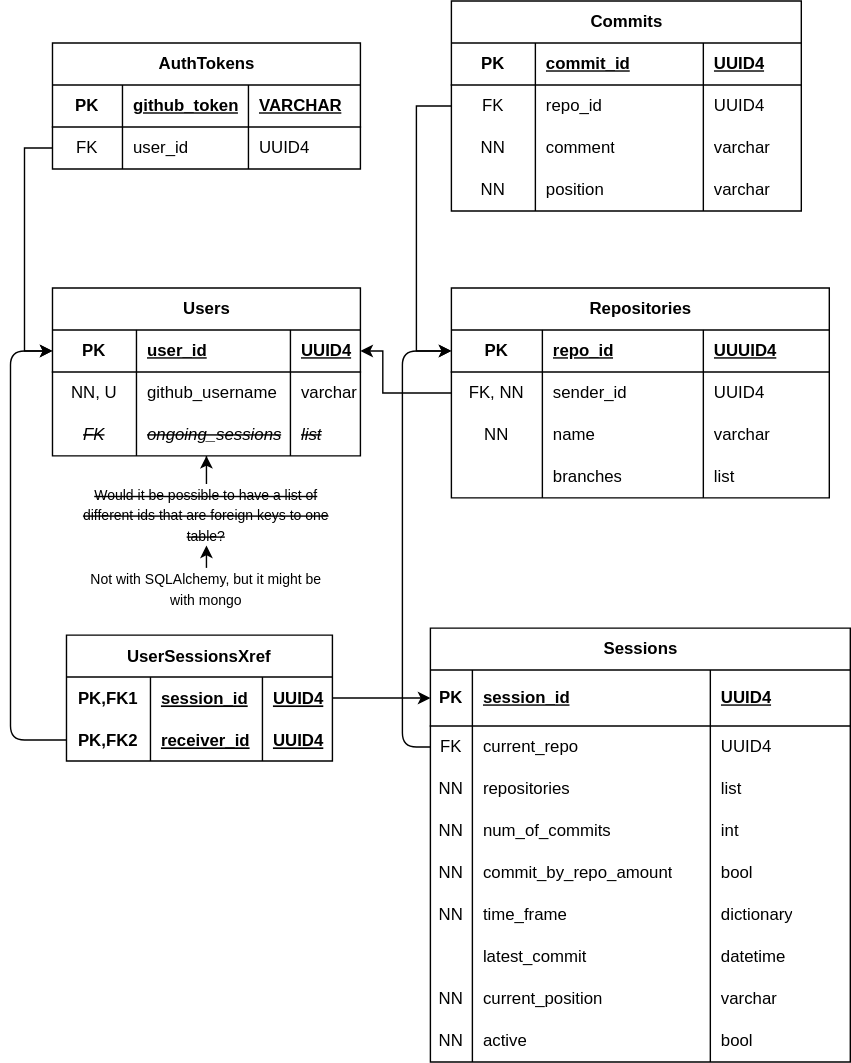
The draw.io diagram git-nabber.drawio.svg in Jamesh431/Cyclone, before a commit. Source tidied: cells renumbered, new cells last; positions are measured from the earlier drawing's top-left corner, leaving out a move shared by most shapes.
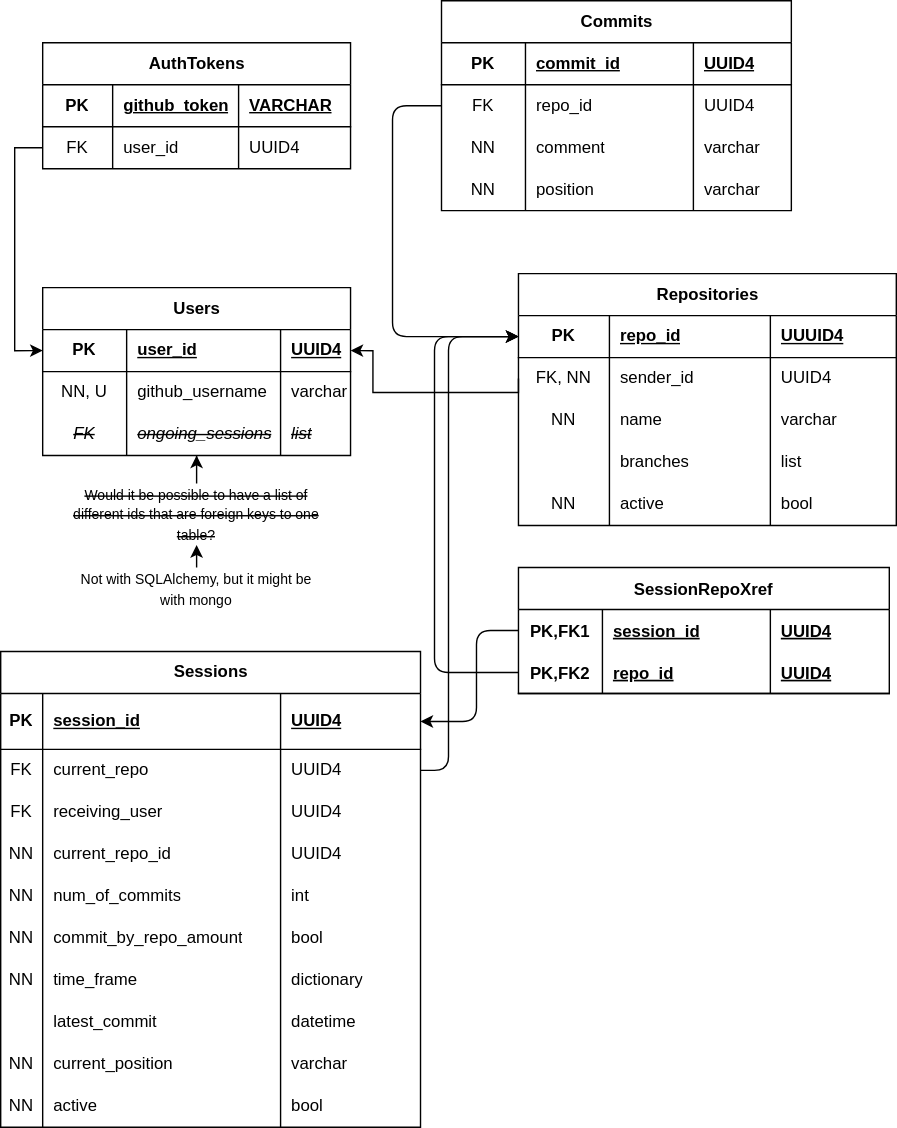
After the change.

Commit message:
changed erd to reflect model changes and removed old xref model

What changed in the source:
```diff
@@ -72,7 +72,7 @@
       <mxGeometry relative="1" as="geometry" />
     </mxCell>
     <mxCell id="25" value="Repositories" style="shape=table;startSize=30;rowLines=0;fontStyle=1;align=center;html=1;" parent="1" vertex="1">
-      <mxGeometry x="315" y="205" width="270" height="150" as="geometry" />
+      <mxGeometry x="370" y="195" width="270" height="180" as="geometry" />
     </mxCell>
     <mxCell id="26" style="shape=tableRow;horizontal=0;startSize=0;swimlaneHead=0;swimlaneBody=0;fillColor=none;points=[[0,0.5],[1,0.5]];portConstraint=eastwest;top=0;left=0;right=0;bottom=1;" parent="25" vertex="1">
       <mxGeometry y="30" width="270" height="30" as="geometry" />
@@ -122,6 +122,18 @@
     <mxCell id="41" value="list" style="shape=partialRectangle;fillColor=none;top=0;left=0;bottom=0;right=0;align=left;spacingLeft=6;overflow=hidden;whiteSpace=wrap;html=1;" parent="38" vertex="1">
       <mxGeometry x="180" width="90" height="30" as="geometry" />
     </mxCell>
+    <mxCell id="115" style="shape=tableRow;horizontal=0;startSize=0;swimlaneHead=0;swimlaneBody=0;fillColor=none;top=0;left=0;right=0;bottom=0;" parent="25" vertex="1">
+      <mxGeometry y="150" width="270" height="30" as="geometry" />
+    </mxCell>
+    <mxCell id="116" value="NN" style="shape=partialRectangle;fillColor=none;top=0;left=0;bottom=0;right=0;overflow=hidden;whiteSpace=wrap;html=1;" parent="115" vertex="1">
+      <mxGeometry width="65" height="30" as="geometry" />
+    </mxCell>
+    <mxCell id="117" value="active" style="shape=partialRectangle;fillColor=none;top=0;left=0;bottom=0;right=0;align=left;spacingLeft=6;overflow=hidden;whiteSpace=wrap;html=1;" parent="115" vertex="1">
+      <mxGeometry x="65" width="115" height="30" as="geometry" />
+    </mxCell>
+    <mxCell id="118" value="bool" style="shape=partialRectangle;fillColor=none;top=0;left=0;bottom=0;right=0;align=left;spacingLeft=6;overflow=hidden;whiteSpace=wrap;html=1;" parent="115" vertex="1">
+      <mxGeometry x="180" width="90" height="30" as="geometry" />
+    </mxCell>
     <mxCell id="42" value="Commits" style="shape=table;startSize=30;rowLines=0;fontStyle=1;align=center;html=1;" parent="1" vertex="1">
       <mxGeometry x="315" width="250" height="150" as="geometry" />
     </mxCell>
@@ -174,7 +186,7 @@
       <mxGeometry x="180" width="70" height="30" as="geometry" />
     </mxCell>
     <mxCell id="59" value="Sessions" style="shape=table;startSize=30;rowLines=0;fontStyle=1;align=center;html=1;" parent="1" vertex="1">
-      <mxGeometry x="300" y="448" width="300" height="310" as="geometry" />
+      <mxGeometry y="465" width="300" height="340" as="geometry" />
     </mxCell>
     <mxCell id="60" style="shape=tableRow;horizontal=0;startSize=0;swimlaneHead=0;swimlaneBody=0;fillColor=none;points=[[0,0.5],[1,0.5]];portConstraint=eastwest;top=0;left=0;right=0;bottom=1;" parent="59" vertex="1">
       <mxGeometry y="30" width="300" height="40" as="geometry" />
@@ -200,20 +212,32 @@
     <mxCell id="67" value="UUID4" style="shape=partialRectangle;fillColor=none;top=0;left=0;bottom=0;right=0;align=left;spacingLeft=6;overflow=hidden;whiteSpace=wrap;html=1;" parent="64" vertex="1">
       <mxGeometry x="200" width="100" height="30" as="geometry" />
     </mxCell>
+    <mxCell id="119" style="shape=tableRow;horizontal=0;startSize=0;swimlaneHead=0;swimlaneBody=0;fillColor=none;top=0;left=0;right=0;bottom=0;" parent="59" vertex="1">
+      <mxGeometry y="100" width="300" height="30" as="geometry" />
+    </mxCell>
+    <mxCell id="120" value="FK" style="shape=partialRectangle;fillColor=none;top=0;left=0;bottom=0;right=0;overflow=hidden;whiteSpace=wrap;html=1;" parent="119" vertex="1">
+      <mxGeometry width="30" height="30" as="geometry" />
+    </mxCell>
+    <mxCell id="121" value="receiving_user" style="shape=partialRectangle;fillColor=none;top=0;left=0;bottom=0;right=0;align=left;spacingLeft=6;overflow=hidden;whiteSpace=wrap;html=1;" parent="119" vertex="1">
+      <mxGeometry x="30" width="170" height="30" as="geometry" />
+    </mxCell>
+    <mxCell id="122" value="UUID4" style="shape=partialRectangle;fillColor=none;top=0;left=0;bottom=0;right=0;align=left;spacingLeft=6;overflow=hidden;whiteSpace=wrap;html=1;" parent="119" vertex="1">
+      <mxGeometry x="200" width="100" height="30" as="geometry" />
+    </mxCell>
     <mxCell id="68" style="shape=tableRow;horizontal=0;startSize=0;swimlaneHead=0;swimlaneBody=0;fillColor=none;top=0;left=0;right=0;bottom=0;" parent="59" vertex="1">
-      <mxGeometry y="100" width="300" height="30" as="geometry" />
+      <mxGeometry y="130" width="300" height="30" as="geometry" />
     </mxCell>
     <mxCell id="69" value="NN" style="shape=partialRectangle;fillColor=none;top=0;left=0;bottom=0;right=0;overflow=hidden;whiteSpace=wrap;html=1;" parent="68" vertex="1">
       <mxGeometry width="30" height="30" as="geometry" />
     </mxCell>
-    <mxCell id="70" value="repositories" style="shape=partialRectangle;fillColor=none;top=0;left=0;bottom=0;right=0;align=left;spacingLeft=6;overflow=hidden;whiteSpace=wrap;html=1;" parent="68" vertex="1">
+    <mxCell id="70" value="current_repo_id" style="shape=partialRectangle;fillColor=none;top=0;left=0;bottom=0;right=0;align=left;spacingLeft=6;overflow=hidden;whiteSpace=wrap;html=1;" parent="68" vertex="1">
       <mxGeometry x="30" width="170" height="30" as="geometry" />
     </mxCell>
-    <mxCell id="71" value="list" style="shape=partialRectangle;fillColor=none;top=0;left=0;bottom=0;right=0;align=left;spacingLeft=6;overflow=hidden;whiteSpace=wrap;html=1;" parent="68" vertex="1">
+    <mxCell id="71" value="UUID4" style="shape=partialRectangle;fillColor=none;top=0;left=0;bottom=0;right=0;align=left;spacingLeft=6;overflow=hidden;whiteSpace=wrap;html=1;" parent="68" vertex="1">
       <mxGeometry x="200" width="100" height="30" as="geometry" />
     </mxCell>
     <mxCell id="72" style="shape=tableRow;horizontal=0;startSize=0;swimlaneHead=0;swimlaneBody=0;fillColor=none;top=0;left=0;right=0;bottom=0;" parent="59" vertex="1">
-      <mxGeometry y="130" width="300" height="30" as="geometry" />
+      <mxGeometry y="160" width="300" height="30" as="geometry" />
     </mxCell>
     <mxCell id="73" value="NN" style="shape=partialRectangle;fillColor=none;top=0;left=0;bottom=0;right=0;overflow=hidden;whiteSpace=wrap;html=1;" parent="72" vertex="1">
       <mxGeometry width="30" height="30" as="geometry" />
@@ -225,7 +249,7 @@
       <mxGeometry x="200" width="100" height="30" as="geometry" />
     </mxCell>
     <mxCell id="76" style="shape=tableRow;horizontal=0;startSize=0;swimlaneHead=0;swimlaneBody=0;fillColor=none;top=0;left=0;right=0;bottom=0;" parent="59" vertex="1">
-      <mxGeometry y="160" width="300" height="30" as="geometry" />
+      <mxGeometry y="190" width="300" height="30" as="geometry" />
     </mxCell>
     <mxCell id="77" value="NN" style="shape=partialRectangle;fillColor=none;top=0;left=0;bottom=0;right=0;overflow=hidden;whiteSpace=wrap;html=1;" parent="76" vertex="1">
       <mxGeometry width="30" height="30" as="geometry" />
@@ -237,7 +261,7 @@
       <mxGeometry x="200" width="100" height="30" as="geometry" />
     </mxCell>
     <mxCell id="80" style="shape=tableRow;horizontal=0;startSize=0;swimlaneHead=0;swimlaneBody=0;fillColor=none;top=0;left=0;right=0;bottom=0;" parent="59" vertex="1">
-      <mxGeometry y="190" width="300" height="30" as="geometry" />
+      <mxGeometry y="220" width="300" height="30" as="geometry" />
     </mxCell>
     <mxCell id="81" value="NN" style="shape=partialRectangle;fillColor=none;top=0;left=0;bottom=0;right=0;overflow=hidden;whiteSpace=wrap;html=1;" parent="80" vertex="1">
       <mxGeometry width="30" height="30" as="geometry" />
@@ -249,7 +273,7 @@
       <mxGeometry x="200" width="100" height="30" as="geometry" />
     </mxCell>
     <mxCell id="84" style="shape=tableRow;horizontal=0;startSize=0;swimlaneHead=0;swimlaneBody=0;fillColor=none;top=0;left=0;right=0;bottom=0;" parent="59" vertex="1">
-      <mxGeometry y="220" width="300" height="30" as="geometry" />
+      <mxGeometry y="250" width="300" height="30" as="geometry" />
     </mxCell>
     <mxCell id="85" style="shape=partialRectangle;fillColor=none;top=0;left=0;bottom=0;right=0;overflow=hidden;whiteSpace=wrap;html=1;" parent="84" vertex="1">
       <mxGeometry width="30" height="30" as="geometry" />
@@ -261,7 +285,7 @@
       <mxGeometry x="200" width="100" height="30" as="geometry" />
     </mxCell>
     <mxCell id="88" style="shape=tableRow;horizontal=0;startSize=0;swimlaneHead=0;swimlaneBody=0;fillColor=none;top=0;left=0;right=0;bottom=0;" parent="59" vertex="1">
-      <mxGeometry y="250" width="300" height="30" as="geometry" />
+      <mxGeometry y="280" width="300" height="30" as="geometry" />
     </mxCell>
     <mxCell id="89" value="NN" style="shape=partialRectangle;fillColor=none;top=0;left=0;bottom=0;right=0;overflow=hidden;whiteSpace=wrap;html=1;" parent="88" vertex="1">
       <mxGeometry width="30" height="30" as="geometry" />
@@ -273,7 +297,7 @@
       <mxGeometry x="200" width="100" height="30" as="geometry" />
     </mxCell>
     <mxCell id="92" style="shape=tableRow;horizontal=0;startSize=0;swimlaneHead=0;swimlaneBody=0;fillColor=none;top=0;left=0;right=0;bottom=0;" parent="59" vertex="1">
-      <mxGeometry y="280" width="300" height="30" as="geometry" />
+      <mxGeometry y="310" width="300" height="30" as="geometry" />
     </mxCell>
     <mxCell id="93" value="NN" style="shape=partialRectangle;fillColor=none;top=0;left=0;bottom=0;right=0;overflow=hidden;whiteSpace=wrap;html=1;" parent="92" vertex="1">
       <mxGeometry width="30" height="30" as="geometry" />
@@ -304,67 +328,72 @@
     <mxCell id="100" value="&lt;font style=&quot;font-size: 10px;&quot;&gt;Not with SQLAlchemy, but it might be with mongo&lt;/font&gt;" style="text;html=1;strokeColor=none;fillColor=none;align=center;verticalAlign=middle;whiteSpace=wrap;rounded=0;" parent="1" vertex="1">
       <mxGeometry x="50" y="405" width="180" height="30" as="geometry" />
     </mxCell>
-    <mxCell id="101" style="edgeStyle=orthogonalEdgeStyle;rounded=0;jettySize=auto;html=1;entryX=0;entryY=0.5;entryDx=0;entryDy=0;" parent="1" edge="1" source="47" target="26">
-      <mxGeometry relative="1" as="geometry">
-        <Array as="points">
-          <mxPoint x="290" y="75" />
-          <mxPoint x="290" y="250" />
-        </Array>
-      </mxGeometry>
-    </mxCell>
-    <mxCell id="102" value="UserSessionsXref" style="shape=table;startSize=30;rowLines=0;fontStyle=1;align=center;" parent="1" vertex="1">
-      <mxGeometry x="40" y="453" width="190" height="90" as="geometry" />
-    </mxCell>
-    <mxCell id="103" style="shape=tableRow;horizontal=0;startSize=0;swimlaneHead=0;swimlaneBody=0;fillColor=none;points=[[0,0.5],[1,0.5]];portConstraint=eastwest;top=0;left=0;right=0;bottom=0;" parent="102" vertex="1">
-      <mxGeometry y="30" width="190" height="30" as="geometry" />
-    </mxCell>
+    <mxCell id="112" style="edgeStyle=none;html=1;exitX=1;exitY=0.5;exitDx=0;exitDy=0;entryX=0;entryY=0.5;entryDx=0;entryDy=0;" parent="1" edge="1" source="64" target="26">
+      <mxGeometry relative="1" as="geometry">
+        <Array as="points">
+          <mxPoint x="320" y="550" />
+          <mxPoint x="320" y="240" />
+        </Array>
+      </mxGeometry>
+    </mxCell>
+    <mxCell id="114" style="edgeStyle=none;html=1;exitX=0;exitY=0.5;exitDx=0;exitDy=0;entryX=0;entryY=0.5;entryDx=0;entryDy=0;" parent="1" edge="1" target="12">
+      <mxGeometry relative="1" as="geometry">
+        <Array as="points">
+          <mxPoint x="10" y="558" />
+          <mxPoint x="10" y="250" />
+        </Array>
+      </mxGeometry>
+    </mxCell>
+    <mxCell id="123" value="SessionRepoXref" style="shape=table;startSize=30;rowLines=0;fontStyle=1;align=center;" parent="1" vertex="1">
+      <mxGeometry x="370" y="405" width="265" height="90" as="geometry" />
+    </mxCell>
+    <mxCell id="124" style="shape=tableRow;horizontal=0;startSize=0;swimlaneHead=0;swimlaneBody=0;fillColor=none;points=[[0,0.5],[1,0.5]];portConstraint=eastwest;top=0;left=0;right=0;bottom=0;" parent="123" vertex="1">
+      <mxGeometry y="30" width="265" height="30" as="geometry" />
+    </mxCell>
-    <mxCell id="104" value="PK,FK1" style="shape=partialRectangle;fillColor=none;top=0;left=0;bottom=0;right=0;fontStyle=1;overflow=hidden;" parent="103" vertex="1">
+    <mxCell id="104" value="PK,FK1" style="shape=partialRectangle;fillColor=none;top=0;left=0;bottom=0;right=0;fontStyle=1;overflow=hidden;" parent="124" vertex="1">
       <mxGeometry width="60" height="30" as="geometry" />
     </mxCell>
-    <mxCell id="105" value="session_id" style="shape=partialRectangle;fillColor=none;top=0;left=0;bottom=0;right=0;align=left;spacingLeft=6;fontStyle=5;overflow=hidden;" parent="103" vertex="1">
-      <mxGeometry x="60" width="80" height="30" as="geometry" />
+    <mxCell id="105" value="session_id" style="shape=partialRectangle;fillColor=none;top=0;left=0;bottom=0;right=0;align=left;spacingLeft=6;fontStyle=5;overflow=hidden;" parent="124" vertex="1">
+      <mxGeometry x="60" width="120" height="30" as="geometry" />
     </mxCell>
-    <mxCell id="106" value="UUID4" style="shape=partialRectangle;fillColor=none;top=0;left=0;bottom=0;right=0;align=left;spacingLeft=6;fontStyle=5;overflow=hidden;" parent="103" vertex="1">
-      <mxGeometry x="140" width="50" height="30" as="geometry" />
-    </mxCell>
-    <mxCell id="107" style="shape=tableRow;horizontal=0;startSize=0;swimlaneHead=0;swimlaneBody=0;fillColor=none;points=[[0,0.5],[1,0.5]];portConstraint=eastwest;top=0;left=0;right=0;bottom=0;" parent="102" vertex="1">
-      <mxGeometry y="60" width="190" height="30" as="geometry" />
-    </mxCell>
+    <mxCell id="125" value="UUID4" style="shape=partialRectangle;fillColor=none;top=0;left=0;bottom=0;right=0;align=left;spacingLeft=6;fontStyle=5;overflow=hidden;" parent="124" vertex="1">
+      <mxGeometry x="180" width="85" height="30" as="geometry" />
+    </mxCell>
+    <mxCell id="126" style="shape=tableRow;horizontal=0;startSize=0;swimlaneHead=0;swimlaneBody=0;fillColor=none;points=[[0,0.5],[1,0.5]];portConstraint=eastwest;top=0;left=0;right=0;bottom=1;" parent="123" vertex="1">
+      <mxGeometry y="60" width="265" height="30" as="geometry" />
+    </mxCell>
-    <mxCell id="108" value="PK,FK2" style="shape=partialRectangle;fillColor=none;top=0;left=0;bottom=0;right=0;fontStyle=1;overflow=hidden;" parent="107" vertex="1">
+    <mxCell id="108" value="PK,FK2" style="shape=partialRectangle;fillColor=none;top=0;left=0;bottom=0;right=0;fontStyle=1;overflow=hidden;" parent="126" vertex="1">
       <mxGeometry width="60" height="30" as="geometry" />
     </mxCell>
-    <mxCell id="109" value="receiver_id" style="shape=partialRectangle;fillColor=none;top=0;left=0;bottom=0;right=0;align=left;spacingLeft=6;fontStyle=5;overflow=hidden;" parent="107" vertex="1">
-      <mxGeometry x="60" width="80" height="30" as="geometry" />
-    </mxCell>
-    <mxCell id="110" value="UUID4" style="shape=partialRectangle;fillColor=none;top=0;left=0;bottom=0;right=0;align=left;spacingLeft=6;fontStyle=5;overflow=hidden;" parent="107" vertex="1">
-      <mxGeometry x="140" width="50" height="30" as="geometry" />
-    </mxCell>
-    <mxCell id="111" style="edgeStyle=none;html=1;exitX=1;exitY=0.5;exitDx=0;exitDy=0;entryX=0;entryY=0.5;entryDx=0;entryDy=0;" parent="1" edge="1" source="103" target="60">
-      <mxGeometry relative="1" as="geometry" />
-    </mxCell>
-    <mxCell id="112" style="edgeStyle=none;html=1;exitX=0;exitY=0.5;exitDx=0;exitDy=0;entryX=0;entryY=0.5;entryDx=0;entryDy=0;" parent="1" edge="1" source="64" target="26">
-      <mxGeometry relative="1" as="geometry">
-        <Array as="points">
-          <mxPoint x="280" y="533" />
-          <mxPoint x="280" y="250" />
-        </Array>
-      </mxGeometry>
-    </mxCell>
-    <mxCell id="113" style="edgeStyle=none;html=1;exitX=0;exitY=0.5;exitDx=0;exitDy=0;entryX=0;entryY=0.5;entryDx=0;entryDy=0;" parent="1" edge="1" source="107" target="12">
-      <mxGeometry relative="1" as="geometry">
-        <Array as="points">
-          <mxPoint y="528" />
-          <mxPoint y="250" />
-        </Array>
-      </mxGeometry>
-    </mxCell>
-    <mxCell id="114" style="edgeStyle=none;html=1;exitX=0;exitY=0.5;exitDx=0;exitDy=0;entryX=0;entryY=0.5;entryDx=0;entryDy=0;" parent="1" edge="1" source="x" target="12">
-      <mxGeometry relative="1" as="geometry">
-        <Array as="points">
-          <mxPoint x="10" y="558" />
-          <mxPoint x="10" y="250" />
-        </Array>
-      </mxGeometry>
-    </mxCell>
+    <mxCell id="127" value="repo_id" style="shape=partialRectangle;fillColor=none;top=0;left=0;bottom=0;right=0;align=left;spacingLeft=6;fontStyle=5;overflow=hidden;" parent="126" vertex="1">
+      <mxGeometry x="60" width="120" height="30" as="geometry" />
+    </mxCell>
+    <mxCell id="128" value="UUID4" style="shape=partialRectangle;fillColor=none;top=0;left=0;bottom=0;right=0;align=left;spacingLeft=6;fontStyle=5;overflow=hidden;" parent="126" vertex="1">
+      <mxGeometry x="180" width="85" height="30" as="geometry" />
+    </mxCell>
+    <mxCell id="129" style="edgeStyle=none;html=1;exitX=0;exitY=0.5;exitDx=0;exitDy=0;entryX=1;entryY=0.5;entryDx=0;entryDy=0;" parent="1" edge="1" source="124" target="60">
+      <mxGeometry relative="1" as="geometry">
+        <Array as="points">
+          <mxPoint x="340" y="450" />
+          <mxPoint x="340" y="515" />
+        </Array>
+      </mxGeometry>
+    </mxCell>
+    <mxCell id="130" style="edgeStyle=none;html=1;exitX=0;exitY=0.5;exitDx=0;exitDy=0;entryX=0;entryY=0.5;entryDx=0;entryDy=0;" parent="1" edge="1" source="126" target="26">
+      <mxGeometry relative="1" as="geometry">
+        <Array as="points">
+          <mxPoint x="310" y="480" />
+          <mxPoint x="310" y="240" />
+        </Array>
+      </mxGeometry>
+    </mxCell>
+    <mxCell id="101" style="edgeStyle=none;html=1;exitX=0;exitY=0.5;exitDx=0;exitDy=0;entryX=0;entryY=0.5;entryDx=0;entryDy=0;" parent="1" edge="1" source="47" target="26">
+      <mxGeometry relative="1" as="geometry">
+        <Array as="points">
+          <mxPoint x="280" y="75" />
+          <mxPoint x="280" y="240" />
+        </Array>
+      </mxGeometry>
+    </mxCell>
   </root>
 </mxGraphModel>
```
